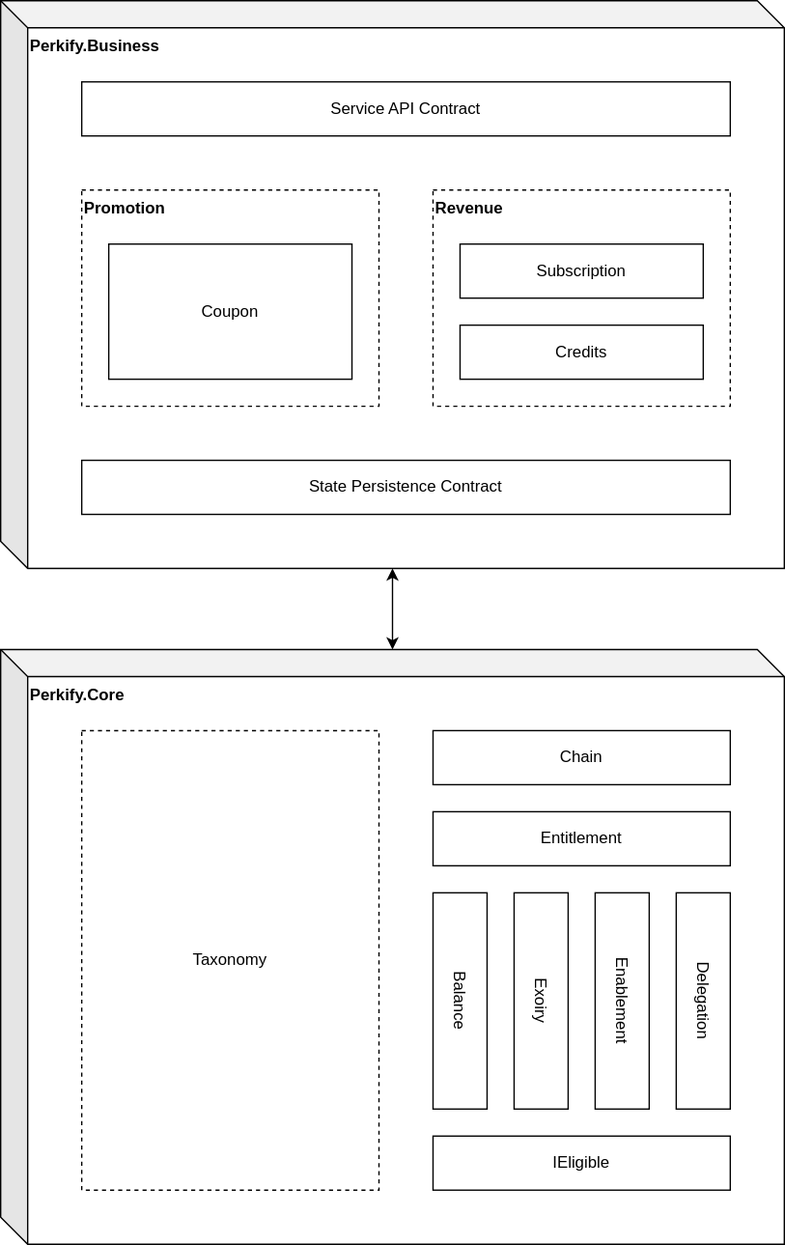
Above: doc/perkify.drawio.svg in perkify-net/perkify (draw.io), before the change. Source tidied: cells renumbered, new cells last; positions are measured from the earlier drawing's top-left corner, leaving out a move shared by most shapes.
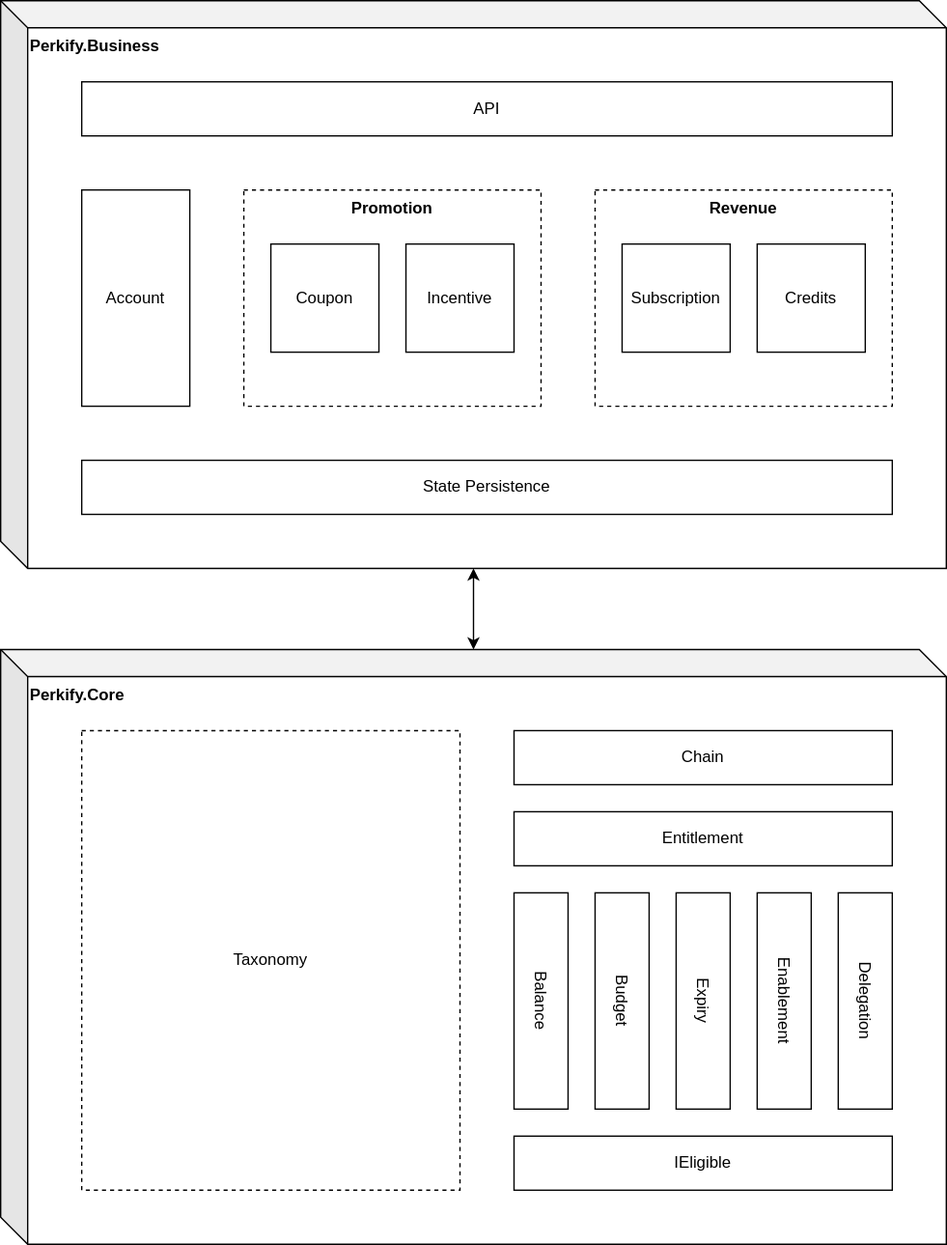
After the change.

The edit, as a diff of the source:
```diff
@@ -2,59 +2,68 @@
   <root>
     <mxCell id="0" />
     <mxCell id="1" parent="0" />
+    <mxCell id="10" value="&amp;nbsp; &lt;b&gt;Perkify.Business&lt;/b&gt;" style="shape=cube;whiteSpace=wrap;html=1;boundedLbl=1;backgroundOutline=1;darkOpacity=0.05;darkOpacity2=0.1;fillColor=#FFFFFF;strokeColor=#000000;fontColor=#000000;align=left;verticalAlign=top;" parent="1" vertex="1">
+      <mxGeometry x="-20" width="700" height="420" as="geometry" />
+    </mxCell>
+    <mxCell id="12" value="&lt;b&gt;Promotion&lt;/b&gt;" style="rounded=0;whiteSpace=wrap;html=1;strokeColor=#000000;fontFamily=Helvetica;fontSize=12;fontColor=#000000;fillColor=none;verticalAlign=top;align=center;dashed=1;" parent="1" vertex="1">
+      <mxGeometry x="160" y="140" width="220" height="160" as="geometry" />
+    </mxCell>
     <mxCell id="2" value="&amp;nbsp; &lt;b&gt;Perkify.Core&lt;/b&gt;" style="shape=cube;whiteSpace=wrap;html=1;boundedLbl=1;backgroundOutline=1;darkOpacity=0.05;darkOpacity2=0.1;fillColor=#FFFFFF;strokeColor=#000000;fontColor=#000000;align=left;verticalAlign=top;" parent="1" vertex="1">
-      <mxGeometry y="480" width="580" height="440" as="geometry" />
+      <mxGeometry x="-20" y="480" width="700" height="440" as="geometry" />
     </mxCell>
     <mxCell id="3" value="Balance" style="rounded=0;whiteSpace=wrap;html=1;strokeColor=#000000;fontFamily=Helvetica;fontSize=12;fontColor=#000000;fillColor=#FFFFFF;rotation=90;" parent="1" vertex="1">
-      <mxGeometry x="260" y="720" width="160" height="40" as="geometry" />
+      <mxGeometry x="300" y="720" width="160" height="40" as="geometry" />
     </mxCell>
     <mxCell id="4" value="Entitlement" style="rounded=0;whiteSpace=wrap;html=1;strokeColor=#000000;fontFamily=Helvetica;fontSize=12;fontColor=#000000;fillColor=#FFFFFF;" parent="1" vertex="1">
-      <mxGeometry x="320" y="600" width="220" height="40" as="geometry" />
+      <mxGeometry x="360" y="600" width="280" height="40" as="geometry" />
     </mxCell>
-    <mxCell id="5" value="Exoiry" style="rounded=0;whiteSpace=wrap;html=1;strokeColor=#000000;fontFamily=Helvetica;fontSize=12;fontColor=#000000;fillColor=#FFFFFF;rotation=90;" parent="1" vertex="1">
-      <mxGeometry x="320" y="720" width="160" height="40" as="geometry" />
+    <mxCell id="5" value="&lt;span style=&quot;color: rgb(0, 0, 0);&quot;&gt;Budget&lt;/span&gt;" style="rounded=0;whiteSpace=wrap;html=1;strokeColor=#000000;fontFamily=Helvetica;fontSize=12;fontColor=#000000;fillColor=#FFFFFF;rotation=90;" parent="1" vertex="1">
+      <mxGeometry x="360" y="720" width="160" height="40" as="geometry" />
     </mxCell>
-    <mxCell id="6" value="Enablement" style="rounded=0;whiteSpace=wrap;html=1;strokeColor=#000000;fontFamily=Helvetica;fontSize=12;fontColor=#000000;fillColor=#FFFFFF;rotation=90;" parent="1" vertex="1">
-      <mxGeometry x="380" y="720" width="160" height="40" as="geometry" />
+    <mxCell id="6" value="Expiry" style="rounded=0;whiteSpace=wrap;html=1;strokeColor=#000000;fontFamily=Helvetica;fontSize=12;fontColor=#000000;fillColor=#FFFFFF;rotation=90;" parent="1" vertex="1">
+      <mxGeometry x="420" y="720" width="160" height="40" as="geometry" />
     </mxCell>
-    <mxCell id="7" value="Delegation" style="rounded=0;whiteSpace=wrap;html=1;strokeColor=#000000;fontFamily=Helvetica;fontSize=12;fontColor=#000000;fillColor=#FFFFFF;rotation=90;" parent="1" vertex="1">
-      <mxGeometry x="440" y="720" width="160" height="40" as="geometry" />
+    <mxCell id="7" value="&lt;span style=&quot;color: rgb(0, 0, 0);&quot;&gt;Enablement&lt;/span&gt;" style="rounded=0;whiteSpace=wrap;html=1;strokeColor=#000000;fontFamily=Helvetica;fontSize=12;fontColor=#000000;fillColor=#FFFFFF;rotation=90;" parent="1" vertex="1">
+      <mxGeometry x="480" y="720" width="160" height="40" as="geometry" />
     </mxCell>
     <mxCell id="8" value="IEligible" style="rounded=0;whiteSpace=wrap;html=1;strokeColor=#000000;fontFamily=Helvetica;fontSize=12;fontColor=#000000;fillColor=#FFFFFF;" parent="1" vertex="1">
-      <mxGeometry x="320" y="840" width="220" height="40" as="geometry" />
+      <mxGeometry x="360" y="840" width="280" height="40" as="geometry" />
     </mxCell>
     <mxCell id="9" value="Chain" style="rounded=0;whiteSpace=wrap;html=1;strokeColor=#000000;fontFamily=Helvetica;fontSize=12;fontColor=#000000;fillColor=#FFFFFF;" parent="1" vertex="1">
-      <mxGeometry x="320" y="540" width="220" height="40" as="geometry" />
+      <mxGeometry x="360" y="540" width="280" height="40" as="geometry" />
     </mxCell>
-    <mxCell id="10" value="&amp;nbsp; &lt;b&gt;Perkify.Business&lt;/b&gt;" style="shape=cube;whiteSpace=wrap;html=1;boundedLbl=1;backgroundOutline=1;darkOpacity=0.05;darkOpacity2=0.1;fillColor=#FFFFFF;strokeColor=#000000;fontColor=#000000;align=left;verticalAlign=top;" parent="1" vertex="1">
-      <mxGeometry width="580" height="420" as="geometry" />
-    </mxCell>
-    <mxCell id="11" value="&amp;nbsp; &lt;b&gt;Revenue&lt;/b&gt;" style="rounded=0;whiteSpace=wrap;html=1;strokeColor=#000000;fontFamily=Helvetica;fontSize=12;fontColor=#000000;fillColor=#FFFFFF;dashed=1;verticalAlign=top;align=left;" parent="1" vertex="1">
-      <mxGeometry x="320" y="140" width="220" height="160" as="geometry" />
-    </mxCell>
-    <mxCell id="12" value="&amp;nbsp; Promotion" style="rounded=0;whiteSpace=wrap;html=1;strokeColor=#000000;fontFamily=Helvetica;fontSize=12;fontColor=#000000;fillColor=#FFFFFF;dashed=1;fontStyle=1;align=left;verticalAlign=top;" parent="1" vertex="1">
-      <mxGeometry x="60" y="140" width="220" height="160" as="geometry" />
-    </mxCell>
     <mxCell id="13" value="Taxonomy" style="rounded=0;whiteSpace=wrap;html=1;strokeColor=#000000;fontFamily=Helvetica;fontSize=12;fontColor=#000000;fillColor=#FFFFFF;dashed=1;" parent="1" vertex="1">
-      <mxGeometry x="60" y="540" width="220" height="340" as="geometry" />
+      <mxGeometry x="40" y="540" width="280" height="340" as="geometry" />
     </mxCell>
-    <mxCell id="14" value="Credits" style="rounded=0;whiteSpace=wrap;html=1;strokeColor=#000000;fontFamily=Helvetica;fontSize=12;fontColor=#000000;fillColor=#FFFFFF;" parent="1" vertex="1">
-      <mxGeometry x="340" y="240" width="180" height="40" as="geometry" />
-    </mxCell>
-    <mxCell id="15" value="Subscription" style="rounded=0;whiteSpace=wrap;html=1;strokeColor=#000000;fontFamily=Helvetica;fontSize=12;fontColor=#000000;fillColor=#FFFFFF;" parent="1" vertex="1">
-      <mxGeometry x="340" y="180" width="180" height="40" as="geometry" />
-    </mxCell>
-    <mxCell id="16" value="Coupon" style="rounded=0;whiteSpace=wrap;html=1;strokeColor=#000000;fontFamily=Helvetica;fontSize=12;fontColor=#000000;fillColor=#FFFFFF;" parent="1" vertex="1">
-      <mxGeometry x="80" y="180" width="180" height="100" as="geometry" />
-    </mxCell>
     <mxCell id="17" style="endArrow=classic;startArrow=classic;html=1;fontColor=#000000;strokeColor=#000000;" parent="1" edge="1" source="2" target="10">
       <mxGeometry relative="1" as="geometry" />
     </mxCell>
-    <mxCell id="18" value="State Persistence Contract" style="rounded=0;whiteSpace=wrap;html=1;strokeColor=#000000;fontFamily=Helvetica;fontSize=12;fontColor=#000000;fillColor=#FFFFFF;" parent="1" vertex="1">
-      <mxGeometry x="60" y="340" width="480" height="40" as="geometry" />
+    <mxCell id="18" value="State Persistence" style="rounded=0;whiteSpace=wrap;html=1;strokeColor=#000000;fontFamily=Helvetica;fontSize=12;fontColor=#000000;fillColor=#FFFFFF;" parent="1" vertex="1">
+      <mxGeometry x="40" y="340" width="600" height="40" as="geometry" />
     </mxCell>
-    <mxCell id="19" value="Service API Contract&amp;nbsp;" style="rounded=0;whiteSpace=wrap;html=1;strokeColor=#000000;fontFamily=Helvetica;fontSize=12;fontColor=#000000;fillColor=#FFFFFF;" parent="1" vertex="1">
-      <mxGeometry x="60" y="60" width="480" height="40" as="geometry" />
+    <mxCell id="19" value="API" style="rounded=0;whiteSpace=wrap;html=1;strokeColor=#000000;fontFamily=Helvetica;fontSize=12;fontColor=#000000;fillColor=#FFFFFF;" parent="1" vertex="1">
+      <mxGeometry x="40" y="60" width="600" height="40" as="geometry" />
     </mxCell>
+    <mxCell id="20" value="Delegation" style="rounded=0;whiteSpace=wrap;html=1;strokeColor=#000000;fontFamily=Helvetica;fontSize=12;fontColor=#000000;fillColor=#FFFFFF;rotation=90;" parent="1" vertex="1">
+      <mxGeometry x="540" y="720" width="160" height="40" as="geometry" />
+    </mxCell>
+    <mxCell id="16" value="Coupon" style="rounded=0;whiteSpace=wrap;html=1;strokeColor=#000000;fontFamily=Helvetica;fontSize=12;fontColor=#000000;fillColor=#FFFFFF;" parent="1" vertex="1">
+      <mxGeometry x="180" y="180" width="80" height="80" as="geometry" />
+    </mxCell>
+    <mxCell id="21" value="Incentive" style="rounded=0;whiteSpace=wrap;html=1;strokeColor=#000000;fontFamily=Helvetica;fontSize=12;fontColor=#000000;fillColor=#FFFFFF;" parent="1" vertex="1">
+      <mxGeometry x="280" y="180" width="80" height="80" as="geometry" />
+    </mxCell>
+    <mxCell id="22" value="Account" style="rounded=0;whiteSpace=wrap;html=1;strokeColor=#000000;fontFamily=Helvetica;fontSize=12;fontColor=#000000;fillColor=#FFFFFF;" parent="1" vertex="1">
+      <mxGeometry x="40" y="140" width="80" height="160" as="geometry" />
+    </mxCell>
+    <mxCell id="11" value="&lt;b&gt;Revenue&lt;/b&gt;" style="rounded=0;whiteSpace=wrap;html=1;strokeColor=#000000;fontFamily=Helvetica;fontSize=12;fontColor=#000000;fillColor=none;verticalAlign=top;align=center;dashed=1;" parent="1" vertex="1">
+      <mxGeometry x="420" y="140" width="220" height="160" as="geometry" />
+    </mxCell>
+    <mxCell id="15" value="&lt;span style=&quot;color: rgb(0, 0, 0);&quot;&gt;Subscription&lt;/span&gt;" style="rounded=0;whiteSpace=wrap;html=1;strokeColor=#000000;fontFamily=Helvetica;fontSize=12;fontColor=#000000;fillColor=#FFFFFF;" parent="1" vertex="1">
+      <mxGeometry x="440" y="180" width="80" height="80" as="geometry" />
+    </mxCell>
+    <mxCell id="14" value="&lt;span style=&quot;color: rgb(0, 0, 0);&quot;&gt;Credits&lt;/span&gt;" style="rounded=0;whiteSpace=wrap;html=1;strokeColor=#000000;fontFamily=Helvetica;fontSize=12;fontColor=#000000;fillColor=#FFFFFF;" parent="1" vertex="1">
+      <mxGeometry x="540" y="180" width="80" height="80" as="geometry" />
+    </mxCell>
   </root>
 </mxGraphModel>
```
